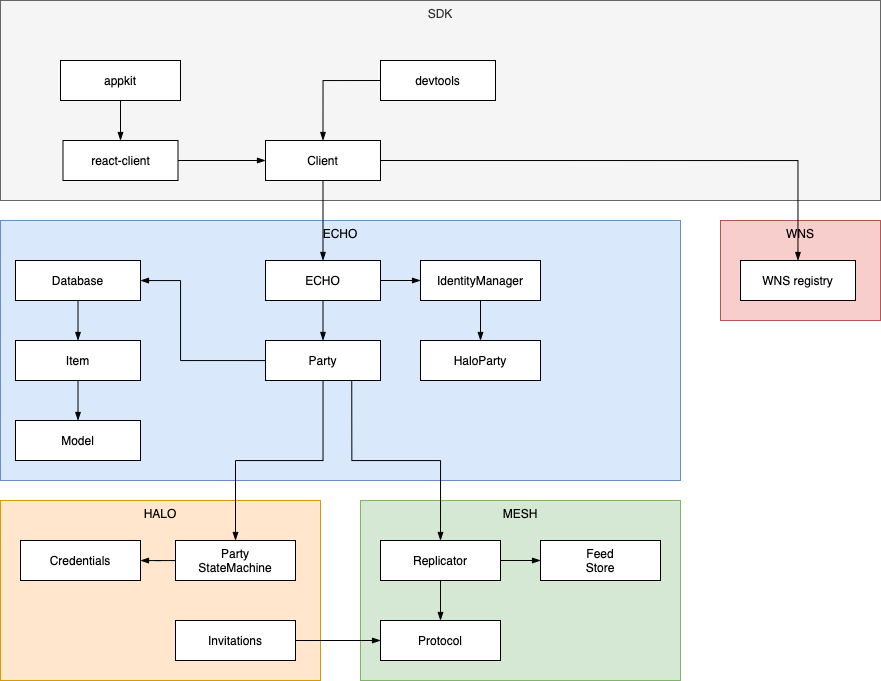
The draw.io diagram docs/content/diagrams/dependencies.png in dxos/dxos, before a commit. Source tidied: cells renumbered, new cells last; positions are measured from the earlier drawing's top-left corner, leaving out a move shared by most shapes.
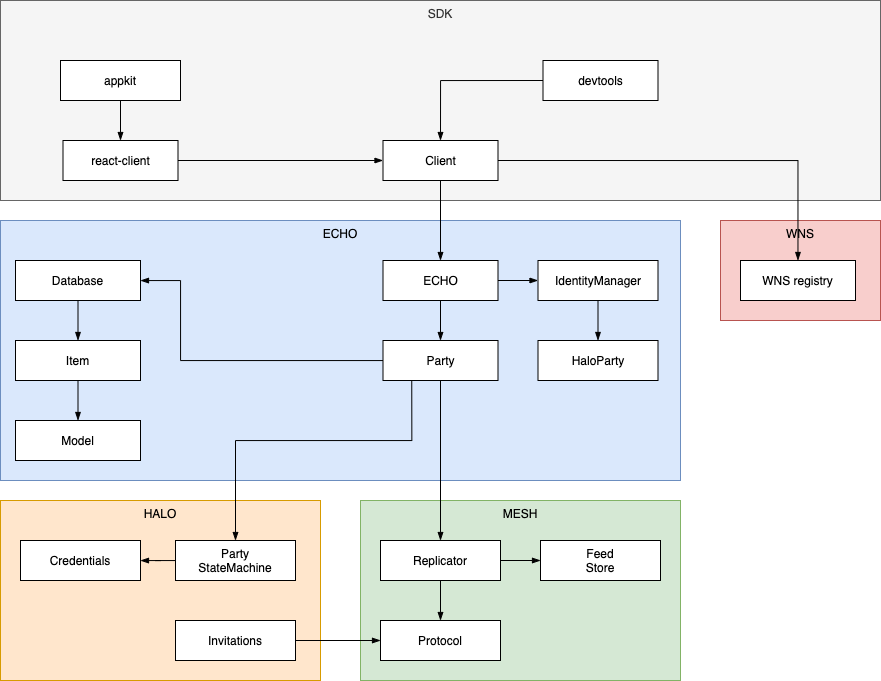
After the change.

Change to the diagram source:
```diff
@@ -24,7 +24,7 @@
       <mxGeometry relative="1" as="geometry" />
     </mxCell>
     <mxCell id="9" value="ECHO" style="rounded=0;whiteSpace=wrap;html=1;" parent="1" vertex="1">
-      <mxGeometry x="265" y="260" width="115" height="40" as="geometry" />
+      <mxGeometry x="382.5" y="260" width="115" height="40" as="geometry" />
     </mxCell>
     <mxCell id="10" style="edgeStyle=orthogonalEdgeStyle;rounded=0;jettySize=auto;html=1;endArrow=blockThin;endFill=1;entryX=0.5;entryY=0;entryDx=0;entryDy=0;" parent="1" edge="1" source="9" target="14">
       <mxGeometry relative="1" as="geometry" />
@@ -37,14 +37,19 @@
         </Array>
       </mxGeometry>
     </mxCell>
-    <mxCell id="12" style="edgeStyle=orthogonalEdgeStyle;rounded=0;jettySize=auto;html=1;endArrow=blockThin;endFill=1;" parent="1" edge="1" source="14" target="7">
-      <mxGeometry relative="1" as="geometry" />
+    <mxCell id="12" style="edgeStyle=orthogonalEdgeStyle;rounded=0;jettySize=auto;html=1;endArrow=blockThin;endFill=1;exitX=0.25;exitY=1;exitDx=0;exitDy=0;" parent="1" edge="1" source="14" target="7">
+      <mxGeometry relative="1" as="geometry">
+        <Array as="points">
+          <mxPoint x="411" y="440" />
+          <mxPoint x="235" y="440" />
+        </Array>
+      </mxGeometry>
     </mxCell>
-    <mxCell id="13" style="edgeStyle=orthogonalEdgeStyle;rounded=0;jettySize=auto;html=1;exitX=0.75;exitY=1;exitDx=0;exitDy=0;entryX=0.5;entryY=0;entryDx=0;entryDy=0;endArrow=blockThin;endFill=1;" parent="1" edge="1" source="14" target="18">
+    <mxCell id="13" style="edgeStyle=orthogonalEdgeStyle;rounded=0;jettySize=auto;html=1;exitX=0.5;exitY=1;exitDx=0;exitDy=0;entryX=0.5;entryY=0;entryDx=0;entryDy=0;endArrow=blockThin;endFill=1;" parent="1" edge="1" source="14" target="18">
       <mxGeometry relative="1" as="geometry" />
     </mxCell>
     <mxCell id="14" value="Party" style="rounded=0;whiteSpace=wrap;html=1;" parent="1" vertex="1">
-      <mxGeometry x="265" y="340" width="115" height="40" as="geometry" />
+      <mxGeometry x="382.5" y="340" width="115" height="40" as="geometry" />
     </mxCell>
     <mxCell id="15" value="Protocol" style="rounded=0;whiteSpace=wrap;html=1;" parent="1" vertex="1">
       <mxGeometry x="380" y="620" width="120" height="40" as="geometry" />
@@ -80,10 +85,10 @@
       <mxGeometry relative="1" as="geometry" />
     </mxCell>
     <mxCell id="26" value="IdentityManager" style="rounded=0;whiteSpace=wrap;html=1;" parent="1" vertex="1">
-      <mxGeometry x="420" y="260" width="120" height="40" as="geometry" />
+      <mxGeometry x="537.5" y="260" width="120" height="40" as="geometry" />
     </mxCell>
     <mxCell id="27" value="HaloParty" style="rounded=0;whiteSpace=wrap;html=1;" parent="1" vertex="1">
-      <mxGeometry x="420" y="340" width="120" height="40" as="geometry" />
+      <mxGeometry x="537.5" y="340" width="120" height="40" as="geometry" />
     </mxCell>
     <mxCell id="28" value="Model" style="rounded=0;whiteSpace=wrap;html=1;" parent="1" vertex="1">
       <mxGeometry x="15" y="420" width="125" height="40" as="geometry" />
@@ -98,7 +103,7 @@
       <mxGeometry relative="1" as="geometry" />
     </mxCell>
     <mxCell id="32" value="Client" style="rounded=0;whiteSpace=wrap;html=1;" parent="1" vertex="1">
-      <mxGeometry x="265" y="140" width="115" height="40" as="geometry" />
+      <mxGeometry x="382.5" y="140" width="115" height="40" as="geometry" />
     </mxCell>
     <mxCell id="33" style="edgeStyle=orthogonalEdgeStyle;rounded=0;jettySize=auto;html=1;exitX=1;exitY=0.5;exitDx=0;exitDy=0;endArrow=blockThin;endFill=1;" parent="1" edge="1" source="34" target="32">
       <mxGeometry relative="1" as="geometry" />
@@ -119,7 +124,7 @@
       <mxGeometry relative="1" as="geometry" />
     </mxCell>
     <mxCell id="39" value="devtools" style="rounded=0;whiteSpace=wrap;html=1;" parent="1" vertex="1">
-      <mxGeometry x="380" y="60" width="115" height="40" as="geometry" />
+      <mxGeometry x="542.5" y="60" width="115" height="40" as="geometry" />
     </mxCell>
     <mxCell id="40" style="edgeStyle=orthogonalEdgeStyle;rounded=0;jettySize=auto;html=1;endArrow=blockThin;endFill=1;" parent="1" edge="1" source="41" target="15">
       <mxGeometry relative="1" as="geometry" />
```
